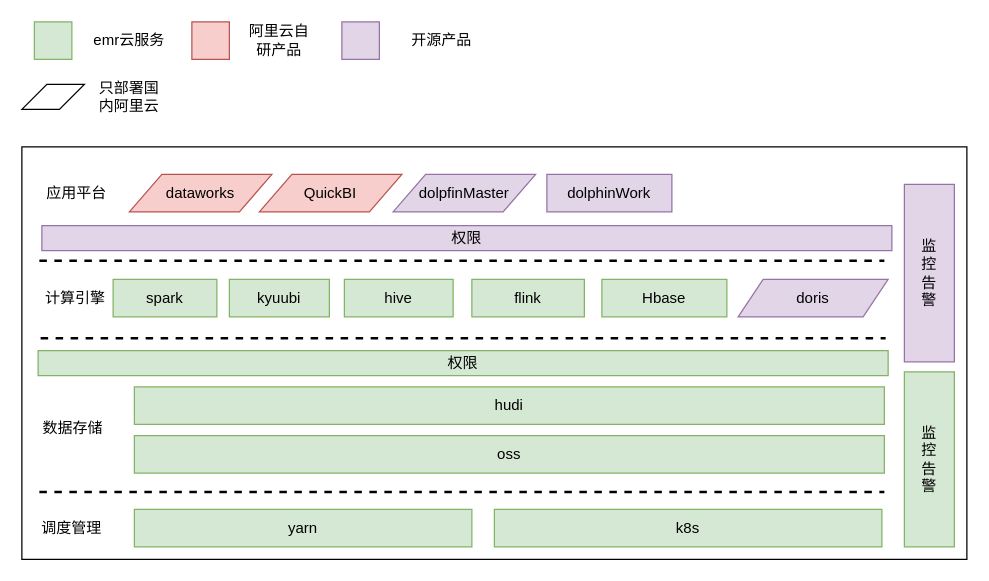
Before: 大数据云平台.drawio in stgztsw/diagrams, a draw.io diagram. Source tidied: cells renumbered, new cells numbered last; positions are measured from the earlier drawing's top-left corner, leaving out a move shared by most shapes. Both pictures are drawn from the tidied source at 125%, with x=0, y=0 at pixel (21, 21).
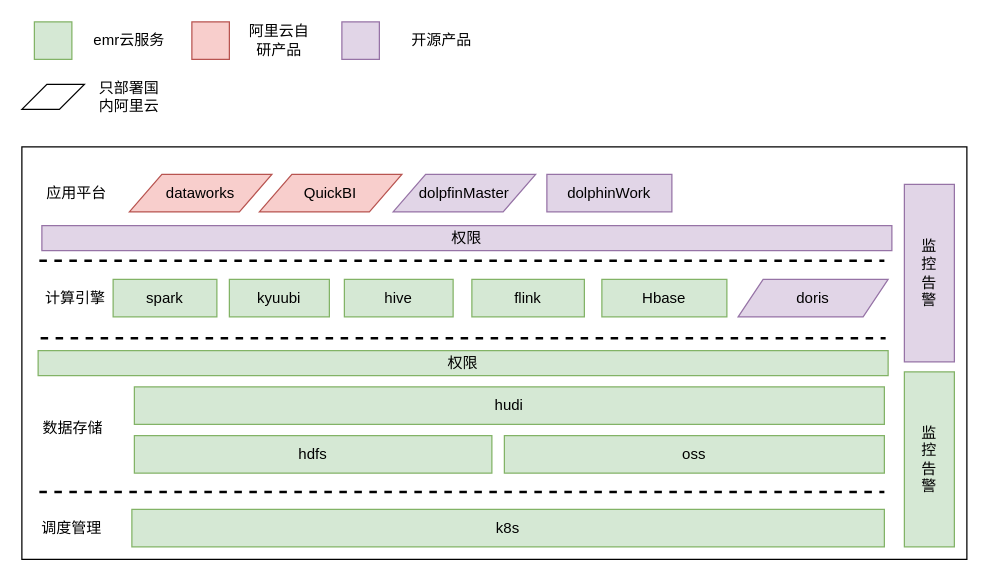
The same page after the edit.

Commit message:
Update 大数据云平台.drawio

The edit, as a diff of the source:
```diff
@@
-    <mxCell id="4" value="yarn" style="rounded=0;whiteSpace=wrap;html=1;fillColor=#d5e8d4;strokeColor=#82b366;" parent="1" vertex="1">
-      <mxGeometry x="90" y="390" width="270" height="30" as="geometry" />
-    </mxCell>
     <mxCell id="5" value="k8s" style="rounded=0;whiteSpace=wrap;html=1;fillColor=#d5e8d4;strokeColor=#82b366;" parent="1" vertex="1">
-      <mxGeometry x="378" y="390" width="310" height="30" as="geometry" />
+      <mxGeometry x="88" y="390" width="602" height="30" as="geometry" />
     </mxCell>
@@
     <mxCell id="7" value="oss" style="rounded=0;whiteSpace=wrap;html=1;fillColor=#d5e8d4;strokeColor=#82b366;" parent="1" vertex="1">
-      <mxGeometry x="90" y="331" width="600" height="30" as="geometry" />
+      <mxGeometry x="386" y="331" width="304" height="30" as="geometry" />
     </mxCell>
@@
+    <mxCell id="36" value="hdfs" style="rounded=0;whiteSpace=wrap;html=1;fillColor=#d5e8d4;strokeColor=#82b366;" parent="1" vertex="1">
+      <mxGeometry x="90" y="331" width="286" height="30" as="geometry" />
+    </mxCell>
```
